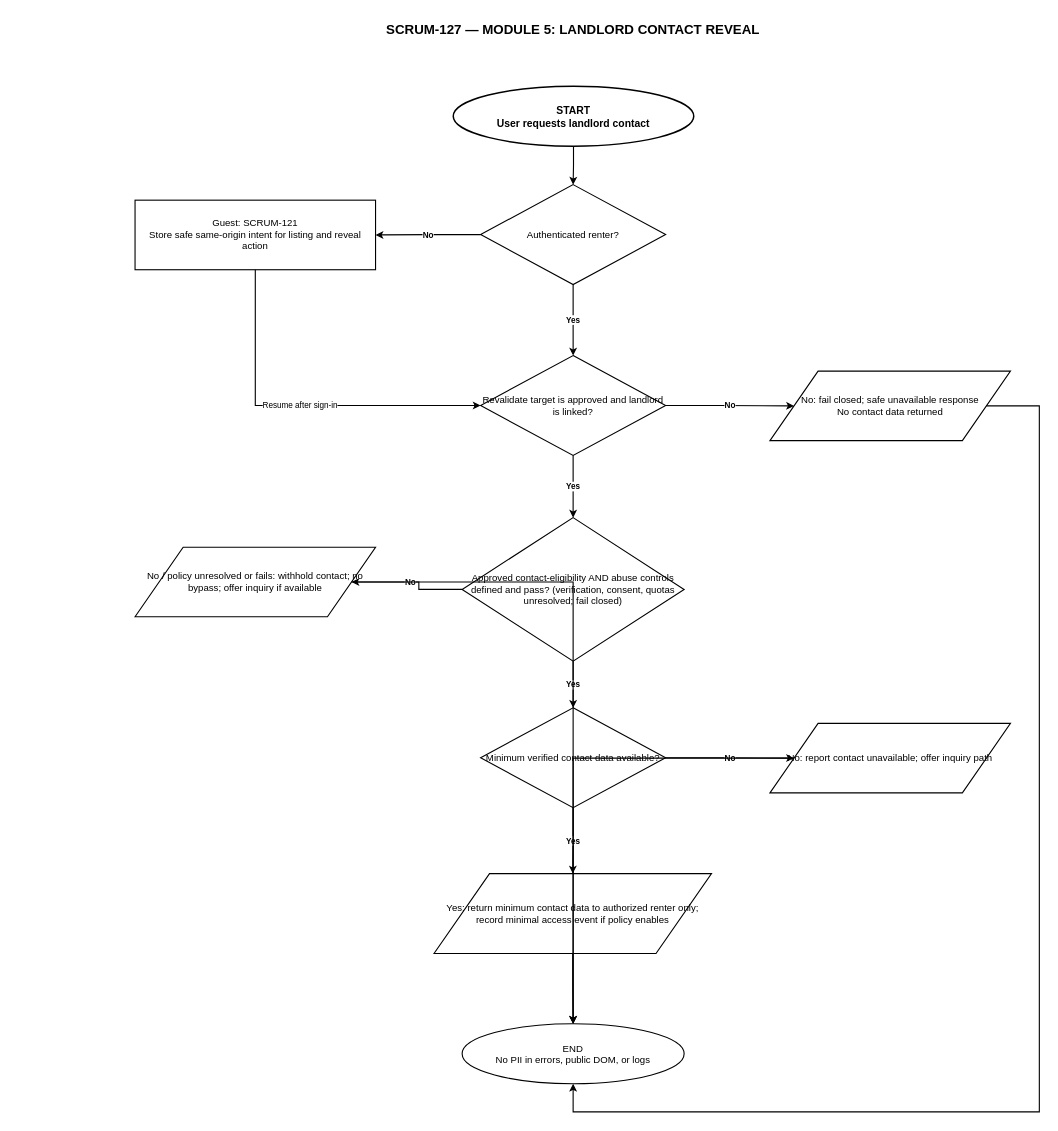
Earlier version of the draw.io diagram docs/flowcharts/renter-contact-reveal.drawio (hermarDev/Abang_Cebu_AI_Group2). Source tidied: cells renumbered, new cells numbered last; positions are measured from the earlier drawing's top-left corner, leaving out a move shared by most shapes. Both pictures are drawn from the tidied source at 74%, with x=0, y=0 at pixel (129, 13).
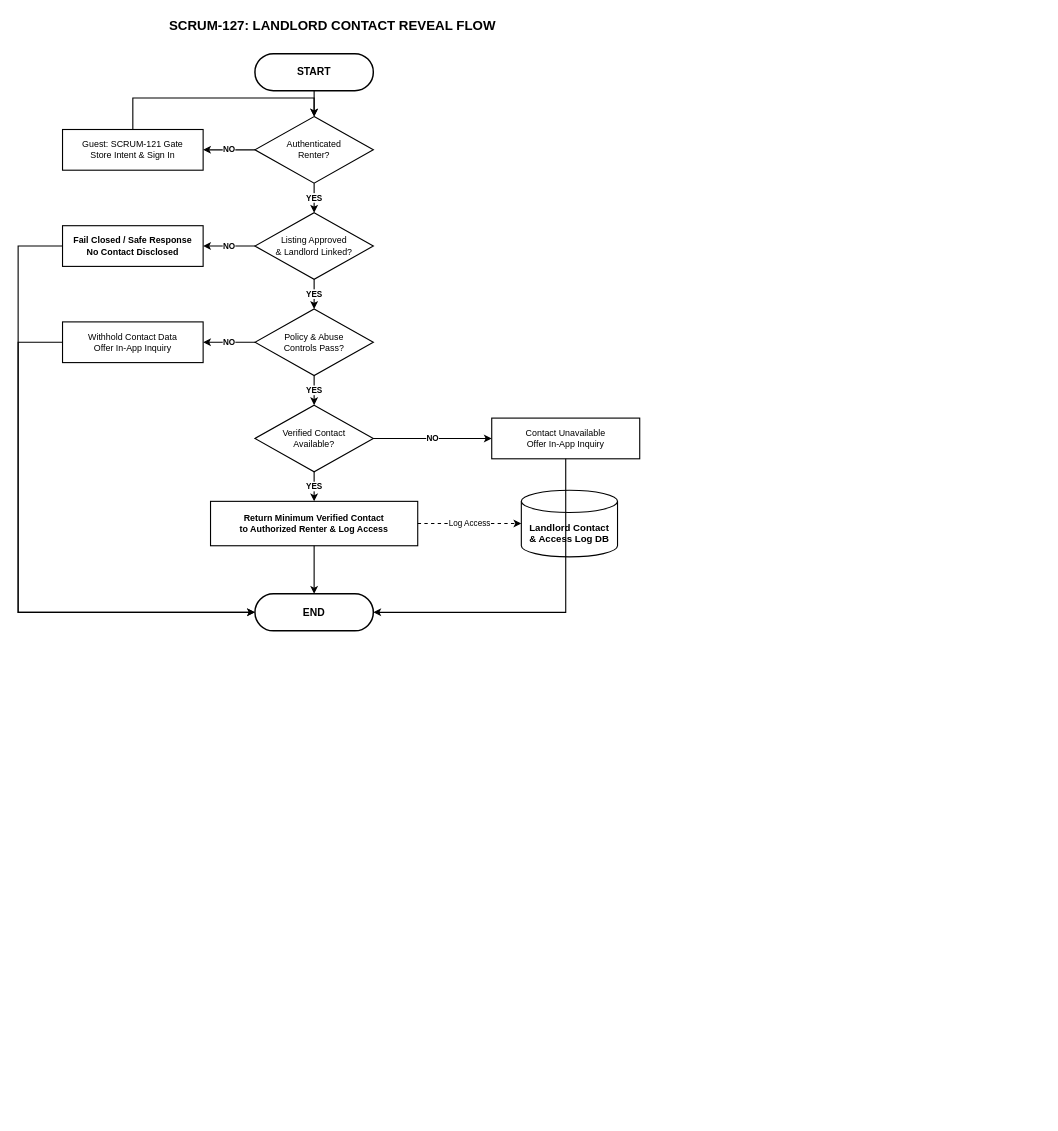
Above is the later version.

Commit message (it also covers changes not shown here):
fix(module-5): standardize renter engagement flowcharts to reference drawio format (SCRUM-127)

Change to the diagram source:
```diff
@@
-    <mxCell id="2" value="SCRUM-127 — MODULE 5: LANDLORD CONTACT REVEAL" style="text;html=1;strokeColor=none;fillColor=none;align=center;verticalAlign=middle;whiteSpace=wrap;rounded=0;fontFamily=Helvetica;fontSize=18;fontStyle=1;fontColor=#000000;" parent="1" vertex="1">
-      <mxGeometry width="1200" height="45" as="geometry" />
+    <mxCell id="2" value="SCRUM-127: LANDLORD CONTACT REVEAL FLOW" style="text;html=1;strokeColor=none;fillColor=none;align=center;verticalAlign=middle;whiteSpace=wrap;rounded=0;fontFamily=Helvetica;fontSize=18;fontStyle=1;fontColor=#000000;" parent="1" vertex="1">
+      <mxGeometry width="550" height="35" as="geometry" />
     </mxCell>
-    <mxCell id="3" value="START&#10;User requests landlord contact" style="ellipse;whiteSpace=wrap;html=1;fillColor=#FFFFFF;strokeColor=#000000;strokeWidth=2;fontFamily=Helvetica;fontSize=14;fontStyle=1;fontColor=#000000;align=center;" parent="1" vertex="1">
-      <mxGeometry x="438" y="99" width="325" height="81" as="geometry" />
-    </mxCell>
-    <mxCell id="4" value="Authenticated renter?" style="rhombus;whiteSpace=wrap;html=1;fillColor=#FFFFFF;strokeColor=#000000;strokeWidth=1.5;fontFamily=Helvetica;fontSize=13;fontColor=#000000;align=center;" parent="1" vertex="1">
-      <mxGeometry x="475" y="232" width="250" height="135" as="geometry" />
-    </mxCell>
-    <mxCell id="5" value="Guest: SCRUM-121&#10;Store safe same-origin intent for listing and reveal action" style="rounded=0;whiteSpace=wrap;html=1;fillColor=#FFFFFF;strokeColor=#000000;strokeWidth=1.5;fontFamily=Helvetica;fontSize=13;fontColor=#000000;align=center;" parent="1" vertex="1">
-      <mxGeometry x="8" y="253" width="325" height="94" as="geometry" />
-    </mxCell>
-    <mxCell id="6" value="Revalidate target is approved and landlord is linked?" style="rhombus;whiteSpace=wrap;html=1;fillColor=#FFFFFF;strokeColor=#000000;strokeWidth=1.5;fontFamily=Helvetica;fontSize=13;fontColor=#000000;align=center;" parent="1" vertex="1">
-      <mxGeometry x="475" y="463" width="250" height="135" as="geometry" />
-    </mxCell>
-    <mxCell id="7" value="No: fail closed; safe unavailable response&#10;No contact data returned" style="shape=parallelogram;perimeter=parallelogramPerimeter;whiteSpace=wrap;html=1;fillColor=#FFFFFF;strokeColor=#000000;strokeWidth=1.5;fontFamily=Helvetica;fontSize=13;fontColor=#000000;align=center;" parent="1" vertex="1">
-      <mxGeometry x="866" y="484" width="325" height="94" as="geometry" />
-    </mxCell>
-    <mxCell id="8" value="Approved contact-eligibility AND abuse controls defined and pass? (verification, consent, quotas unresolved; fail closed)" style="rhombus;whiteSpace=wrap;html=1;fillColor=#FFFFFF;strokeColor=#000000;strokeWidth=1.5;fontFamily=Helvetica;fontSize=13;fontColor=#000000;align=center;" parent="1" vertex="1">
-      <mxGeometry x="450" y="682" width="300" height="194" as="geometry" />
-    </mxCell>
-    <mxCell id="9" value="No / policy unresolved or fails: withhold contact; no bypass; offer inquiry if available" style="shape=parallelogram;perimeter=parallelogramPerimeter;whiteSpace=wrap;html=1;fillColor=#FFFFFF;strokeColor=#000000;strokeWidth=1.5;fontFamily=Helvetica;fontSize=13;fontColor=#000000;align=center;" parent="1" vertex="1">
-      <mxGeometry x="8" y="722" width="325" height="94" as="geometry" />
-    </mxCell>
-    <mxCell id="10" value="Minimum verified contact data available?" style="rhombus;whiteSpace=wrap;html=1;fillColor=#FFFFFF;strokeColor=#000000;strokeWidth=1.5;fontFamily=Helvetica;fontSize=13;fontColor=#000000;align=center;" parent="1" vertex="1">
-      <mxGeometry x="475" y="939" width="250" height="135" as="geometry" />
-    </mxCell>
-    <mxCell id="11" value="No: report contact unavailable; offer inquiry path" style="shape=parallelogram;perimeter=parallelogramPerimeter;whiteSpace=wrap;html=1;fillColor=#FFFFFF;strokeColor=#000000;strokeWidth=1.5;fontFamily=Helvetica;fontSize=13;fontColor=#000000;align=center;" parent="1" vertex="1">
-      <mxGeometry x="866" y="960" width="325" height="94" as="geometry" />
-    </mxCell>
-    <mxCell id="12" value="Yes: return minimum contact data to authorized renter only; record minimal access event if policy enables" style="shape=parallelogram;perimeter=parallelogramPerimeter;whiteSpace=wrap;html=1;fillColor=#FFFFFF;strokeColor=#000000;strokeWidth=1.5;fontFamily=Helvetica;fontSize=13;fontColor=#000000;align=center;" parent="1" vertex="1">
-      <mxGeometry x="412" y="1163" width="375" height="108" as="geometry" />
-    </mxCell>
-    <mxCell id="13" value="END&#10;No PII in errors, public DOM, or logs" style="ellipse;whiteSpace=wrap;html=1;fillColor=#FFFFFF;strokeColor=#000000;strokeWidth=1.5;fontFamily=Helvetica;fontSize=13;fontColor=#000000;align=center;" parent="1" vertex="1">
-      <mxGeometry x="450" y="1366" width="300" height="81" as="geometry" />
-    </mxCell>
-    <mxCell id="14" style="edgeStyle=orthogonalEdgeStyle;rounded=0;jettySize=auto;html=1;strokeColor=#000000;strokeWidth=1.5;endArrow=classic;" parent="1" edge="1" source="3" target="4">
-      <mxGeometry relative="1" as="geometry" />
-    </mxCell>
-    <mxCell id="15" value="No" style="edgeStyle=orthogonalEdgeStyle;rounded=0;jettySize=auto;html=1;strokeColor=#000000;strokeWidth=1.5;fontColor=#000000;fontSize=11;fontStyle=1;endArrow=classic;" parent="1" edge="1" source="4" target="5">
-      <mxGeometry relative="1" as="geometry" />
-    </mxCell>
-    <mxCell id="16" value="Resume after sign-in" style="edgeStyle=orthogonalEdgeStyle;rounded=0;jettySize=auto;html=1;strokeColor=#000000;strokeWidth=1.5;endArrow=classic;exitX=0.5;exitY=1;exitDx=0;exitDy=0;entryX=0;entryY=0.5;entryDx=0;entryDy=0;" parent="1" edge="1" source="5" target="6">
-      <mxGeometry relative="1" as="geometry">
-        <Array as="points">
-          <mxPoint x="170.5" y="410" />
-          <mxPoint x="170.5" y="530.5" />
-          <mxPoint x="420" y="530.5" />
-        </Array>
-      </mxGeometry>
-    </mxCell>
-    <mxCell id="17" value="Yes" style="edgeStyle=orthogonalEdgeStyle;rounded=0;jettySize=auto;html=1;strokeColor=#000000;strokeWidth=1.5;fontColor=#000000;fontSize=11;fontStyle=1;endArrow=classic;" parent="1" edge="1" source="4" target="6">
-      <mxGeometry relative="1" as="geometry" />
-    </mxCell>
-    <mxCell id="18" value="No" style="edgeStyle=orthogonalEdgeStyle;rounded=0;jettySize=auto;html=1;strokeColor=#000000;strokeWidth=1.5;fontColor=#000000;fontSize=11;fontStyle=1;endArrow=classic;" parent="1" edge="1" source="6" target="7">
-      <mxGeometry relative="1" as="geometry" />
-    </mxCell>
-    <mxCell id="19" value="Yes" style="edgeStyle=orthogonalEdgeStyle;rounded=0;jettySize=auto;html=1;strokeColor=#000000;strokeWidth=1.5;fontColor=#000000;fontSize=11;fontStyle=1;endArrow=classic;" parent="1" edge="1" source="6" target="8">
-      <mxGeometry relative="1" as="geometry" />
-    </mxCell>
-    <mxCell id="20" value="No" style="edgeStyle=orthogonalEdgeStyle;rounded=0;jettySize=auto;html=1;strokeColor=#000000;strokeWidth=1.5;fontColor=#000000;fontSize=11;fontStyle=1;endArrow=classic;" parent="1" edge="1" source="8" target="9">
-      <mxGeometry relative="1" as="geometry" />
-    </mxCell>
-    <mxCell id="21" value="Yes" style="edgeStyle=orthogonalEdgeStyle;rounded=0;jettySize=auto;html=1;strokeColor=#000000;strokeWidth=1.5;fontColor=#000000;fontSize=11;fontStyle=1;endArrow=classic;" parent="1" edge="1" source="8" target="10">
-      <mxGeometry relative="1" as="geometry" />
-    </mxCell>
-    <mxCell id="22" value="No" style="edgeStyle=orthogonalEdgeStyle;rounded=0;jettySize=auto;html=1;strokeColor=#000000;strokeWidth=1.5;fontColor=#000000;fontSize=11;fontStyle=1;endArrow=classic;" parent="1" edge="1" source="10" target="11">
-      <mxGeometry relative="1" as="geometry" />
-    </mxCell>
-    <mxCell id="23" value="Yes" style="edgeStyle=orthogonalEdgeStyle;rounded=0;jettySize=auto;html=1;strokeColor=#000000;strokeWidth=1.5;fontColor=#000000;fontSize=11;fontStyle=1;endArrow=classic;" parent="1" edge="1" source="10" target="12">
-      <mxGeometry relative="1" as="geometry" />
-    </mxCell>
-    <mxCell id="24" style="edgeStyle=orthogonalEdgeStyle;rounded=0;jettySize=auto;html=1;strokeColor=#000000;strokeWidth=1.5;endArrow=classic;" parent="1" edge="1" source="12" target="13">
-      <mxGeometry relative="1" as="geometry" />
-    </mxCell>
-    <mxCell id="25" style="edgeStyle=orthogonalEdgeStyle;rounded=0;jettySize=auto;html=1;strokeColor=#000000;strokeWidth=1.5;endArrow=classic;" parent="1" edge="1" source="11" target="13">
-      <mxGeometry relative="1" as="geometry" />
-    </mxCell>
-    <mxCell id="26" style="edgeStyle=orthogonalEdgeStyle;rounded=0;jettySize=auto;html=1;strokeColor=#000000;strokeWidth=1.5;endArrow=classic;" parent="1" edge="1" source="9" target="13">
-      <mxGeometry relative="1" as="geometry" />
-    </mxCell>
-    <mxCell id="27" style="edgeStyle=orthogonalEdgeStyle;rounded=0;jettySize=auto;html=1;strokeColor=#000000;strokeWidth=1.5;endArrow=classic;exitX=1;exitY=0.5;exitDx=0;exitDy=0;entryX=0.5;entryY=1;entryDx=0;entryDy=0;" parent="1" edge="1" source="7" target="13">
-      <mxGeometry relative="1" as="geometry">
-        <Array as="points">
-          <mxPoint x="1230" y="531" />
-          <mxPoint x="1230" y="1485" />
-          <mxPoint x="600" y="1485" />
-        </Array>
-      </mxGeometry>
-    </mxCell>
+    <mxCell id="28" value="START" style="rounded=1;arcSize=50;whiteSpace=wrap;html=1;fillColor=#FFFFFF;strokeColor=#000000;strokeWidth=2;fontFamily=Helvetica;fontSize=14;fontStyle=1;fontColor=#000000;align=center;" parent="1" vertex="1">
+      <mxGeometry x="170" y="55" width="160" height="50" as="geometry" />
+    </mxCell>
+    <mxCell id="29" value="Authenticated&#10;Renter?" style="rhombus;whiteSpace=wrap;html=1;fillColor=#FFFFFF;strokeColor=#000000;strokeWidth=1.5;fontFamily=Helvetica;fontSize=12;fontColor=#000000;align=center;" parent="1" vertex="1">
+      <mxGeometry x="170" y="140" width="160" height="90" as="geometry" />
+    </mxCell>
+    <mxCell id="30" value="Guest: SCRUM-121 Gate&#10;Store Intent &amp; Sign In" style="rounded=0;whiteSpace=wrap;html=1;fillColor=#FFFFFF;strokeColor=#000000;strokeWidth=1.5;fontFamily=Helvetica;fontSize=12;fontColor=#000000;align=center;" parent="1" vertex="1">
+      <mxGeometry x="-90" y="157.5" width="190" height="55" as="geometry" />
+    </mxCell>
+    <mxCell id="31" value="Listing Approved&#10;&amp; Landlord Linked?" style="rhombus;whiteSpace=wrap;html=1;fillColor=#FFFFFF;strokeColor=#000000;strokeWidth=1.5;fontFamily=Helvetica;fontSize=12;fontColor=#000000;align=center;" parent="1" vertex="1">
+      <mxGeometry x="170" y="270" width="160" height="90" as="geometry" />
+    </mxCell>
+    <mxCell id="32" value="Fail Closed / Safe Response&#10;No Contact Disclosed" style="rounded=0;whiteSpace=wrap;html=1;fillColor=#FFFFFF;strokeColor=#000000;strokeWidth=1.5;fontFamily=Helvetica;fontSize=12;fontStyle=1;fontColor=#000000;align=center;" parent="1" vertex="1">
+      <mxGeometry x="-90" y="287.5" width="190" height="55" as="geometry" />
+    </mxCell>
+    <mxCell id="33" value="Policy &amp; Abuse&#10;Controls Pass?" style="rhombus;whiteSpace=wrap;html=1;fillColor=#FFFFFF;strokeColor=#000000;strokeWidth=1.5;fontFamily=Helvetica;fontSize=12;fontColor=#000000;align=center;" parent="1" vertex="1">
+      <mxGeometry x="170" y="400" width="160" height="90" as="geometry" />
+    </mxCell>
+    <mxCell id="34" value="Withhold Contact Data&#10;Offer In-App Inquiry" style="rounded=0;whiteSpace=wrap;html=1;fillColor=#FFFFFF;strokeColor=#000000;strokeWidth=1.5;fontFamily=Helvetica;fontSize=12;fontColor=#000000;align=center;" parent="1" vertex="1">
+      <mxGeometry x="-90" y="417.5" width="190" height="55" as="geometry" />
+    </mxCell>
+    <mxCell id="35" value="Verified Contact&#10;Available?" style="rhombus;whiteSpace=wrap;html=1;fillColor=#FFFFFF;strokeColor=#000000;strokeWidth=1.5;fontFamily=Helvetica;fontSize=12;fontColor=#000000;align=center;" parent="1" vertex="1">
+      <mxGeometry x="170" y="530" width="160" height="90" as="geometry" />
+    </mxCell>
+    <mxCell id="36" value="Contact Unavailable&#10;Offer In-App Inquiry" style="rounded=0;whiteSpace=wrap;html=1;fillColor=#FFFFFF;strokeColor=#000000;strokeWidth=1.5;fontFamily=Helvetica;fontSize=12;fontColor=#000000;align=center;" parent="1" vertex="1">
+      <mxGeometry x="490" y="547.5" width="200" height="55" as="geometry" />
+    </mxCell>
+    <mxCell id="37" value="Return Minimum Verified Contact&#10;to Authorized Renter &amp; Log Access" style="rounded=0;whiteSpace=wrap;html=1;fillColor=#FFFFFF;strokeColor=#000000;strokeWidth=1.5;fontFamily=Helvetica;fontSize=12;fontStyle=1;fontColor=#000000;align=center;" parent="1" vertex="1">
+      <mxGeometry x="110" y="660" width="280" height="60" as="geometry" />
+    </mxCell>
+    <mxCell id="38" value="Landlord Contact&#10;&amp; Access Log DB" style="shape=cylinder3;whiteSpace=wrap;html=1;boundedLbl=1;backgroundOutline=1;size=15;fillColor=#FFFFFF;strokeColor=#000000;strokeWidth=1.5;fontFamily=Helvetica;fontSize=13;fontStyle=1;fontColor=#000000;align=center;" parent="1" vertex="1">
+      <mxGeometry x="530" y="645" width="130" height="90" as="geometry" />
+    </mxCell>
+    <mxCell id="39" value="END" style="rounded=1;arcSize=50;whiteSpace=wrap;html=1;fillColor=#FFFFFF;strokeColor=#000000;strokeWidth=2;fontFamily=Helvetica;fontSize=14;fontStyle=1;fontColor=#000000;align=center;" parent="1" vertex="1">
+      <mxGeometry x="170" y="785" width="160" height="50" as="geometry" />
+    </mxCell>
+    <mxCell id="40" style="edgeStyle=orthogonalEdgeStyle;rounded=0;jettySize=auto;html=1;strokeColor=#000000;strokeWidth=1.5;endArrow=classic;" parent="1" edge="1" source="28" target="29">
+      <mxGeometry relative="1" as="geometry" />
+    </mxCell>
+    <mxCell id="41" value="NO" style="edgeStyle=orthogonalEdgeStyle;rounded=0;jettySize=auto;html=1;strokeColor=#000000;strokeWidth=1.5;endArrow=classic;fontColor=#000000;fontSize=11;fontStyle=1;" parent="1" edge="1" source="29" target="30">
+      <mxGeometry relative="1" as="geometry">
+        <Array as="points">
+          <mxPoint x="100" y="185" />
+        </Array>
+      </mxGeometry>
+    </mxCell>
+    <mxCell id="42" style="edgeStyle=orthogonalEdgeStyle;rounded=0;jettySize=auto;html=1;strokeColor=#000000;strokeWidth=1.5;endArrow=classic;" parent="1" edge="1" source="30" target="29">
+      <mxGeometry relative="1" as="geometry">
+        <Array as="points">
+          <mxPoint x="5" y="115" />
+          <mxPoint x="250" y="115" />
+        </Array>
+      </mxGeometry>
+    </mxCell>
+    <mxCell id="43" value="YES" style="edgeStyle=orthogonalEdgeStyle;rounded=0;jettySize=auto;html=1;strokeColor=#000000;strokeWidth=1.5;endArrow=classic;fontColor=#000000;fontSize=11;fontStyle=1;" parent="1" edge="1" source="29" target="31">
+      <mxGeometry relative="1" as="geometry" />
+    </mxCell>
+    <mxCell id="44" value="NO" style="edgeStyle=orthogonalEdgeStyle;rounded=0;jettySize=auto;html=1;strokeColor=#000000;strokeWidth=1.5;endArrow=classic;fontColor=#000000;fontSize=11;fontStyle=1;" parent="1" edge="1" source="31" target="32">
+      <mxGeometry relative="1" as="geometry">
+        <Array as="points">
+          <mxPoint x="100" y="315" />
+        </Array>
+      </mxGeometry>
+    </mxCell>
+    <mxCell id="45" style="edgeStyle=orthogonalEdgeStyle;rounded=0;jettySize=auto;html=1;strokeColor=#000000;strokeWidth=1.5;endArrow=classic;" parent="1" edge="1" source="32" target="39">
+      <mxGeometry relative="1" as="geometry">
+        <Array as="points">
+          <mxPoint x="-150" y="315" />
+          <mxPoint x="-150" y="810" />
+        </Array>
+      </mxGeometry>
+    </mxCell>
+    <mxCell id="46" value="YES" style="edgeStyle=orthogonalEdgeStyle;rounded=0;jettySize=auto;html=1;strokeColor=#000000;strokeWidth=1.5;endArrow=classic;fontColor=#000000;fontSize=11;fontStyle=1;" parent="1" edge="1" source="31" target="33">
+      <mxGeometry relative="1" as="geometry" />
+    </mxCell>
+    <mxCell id="47" value="NO" style="edgeStyle=orthogonalEdgeStyle;rounded=0;jettySize=auto;html=1;strokeColor=#000000;strokeWidth=1.5;endArrow=classic;fontColor=#000000;fontSize=11;fontStyle=1;" parent="1" edge="1" source="33" target="34">
+      <mxGeometry relative="1" as="geometry">
+        <Array as="points">
+          <mxPoint x="100" y="445" />
+        </Array>
+      </mxGeometry>
+    </mxCell>
+    <mxCell id="48" style="edgeStyle=orthogonalEdgeStyle;rounded=0;jettySize=auto;html=1;strokeColor=#000000;strokeWidth=1.5;endArrow=classic;" parent="1" edge="1" source="34" target="39">
+      <mxGeometry relative="1" as="geometry">
+        <Array as="points">
+          <mxPoint x="-150" y="445" />
+          <mxPoint x="-150" y="810" />
+        </Array>
+      </mxGeometry>
+    </mxCell>
+    <mxCell id="49" value="YES" style="edgeStyle=orthogonalEdgeStyle;rounded=0;jettySize=auto;html=1;strokeColor=#000000;strokeWidth=1.5;endArrow=classic;fontColor=#000000;fontSize=11;fontStyle=1;" parent="1" edge="1" source="33" target="35">
+      <mxGeometry relative="1" as="geometry" />
+    </mxCell>
+    <mxCell id="50" value="NO" style="edgeStyle=orthogonalEdgeStyle;rounded=0;jettySize=auto;html=1;strokeColor=#000000;strokeWidth=1.5;endArrow=classic;fontColor=#000000;fontSize=11;fontStyle=1;" parent="1" edge="1" source="35" target="36">
+      <mxGeometry relative="1" as="geometry">
+        <Array as="points">
+          <mxPoint x="490" y="575" />
+        </Array>
+      </mxGeometry>
+    </mxCell>
+    <mxCell id="51" style="edgeStyle=orthogonalEdgeStyle;rounded=0;jettySize=auto;html=1;strokeColor=#000000;strokeWidth=1.5;endArrow=classic;" parent="1" edge="1" source="36" target="39">
+      <mxGeometry relative="1" as="geometry">
+        <Array as="points">
+          <mxPoint x="590" y="810" />
+        </Array>
+      </mxGeometry>
+    </mxCell>
+    <mxCell id="52" value="YES" style="edgeStyle=orthogonalEdgeStyle;rounded=0;jettySize=auto;html=1;strokeColor=#000000;strokeWidth=1.5;endArrow=classic;fontColor=#000000;fontSize=11;fontStyle=1;" parent="1" edge="1" source="35" target="37">
+      <mxGeometry relative="1" as="geometry" />
+    </mxCell>
+    <mxCell id="53" value="Log Access" style="edgeStyle=orthogonalEdgeStyle;rounded=0;jettySize=auto;html=1;strokeColor=#000000;strokeWidth=1.5;dashed=1;endArrow=classic;fontColor=#000000;fontSize=11;" parent="1" edge="1" source="37" target="38">
+      <mxGeometry relative="1" as="geometry">
+        <Array as="points">
+          <mxPoint x="530" y="690" />
+        </Array>
+      </mxGeometry>
+    </mxCell>
+    <mxCell id="54" style="edgeStyle=orthogonalEdgeStyle;rounded=0;jettySize=auto;html=1;strokeColor=#000000;strokeWidth=1.5;endArrow=classic;" parent="1" edge="1" source="37" target="39">
+      <mxGeometry relative="1" as="geometry" />
+    </mxCell>
```
